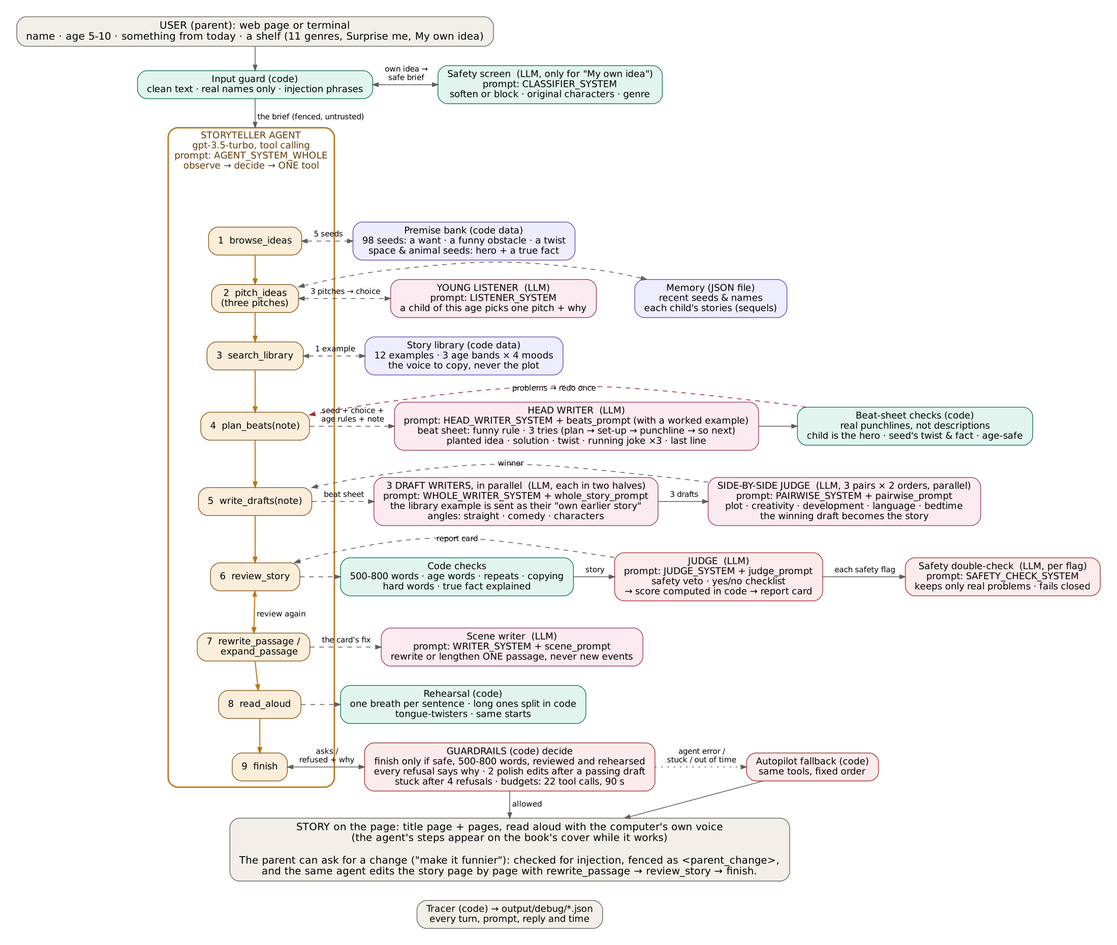
This is docs/architecture.png from raagapravija/bedtime-stories, a Graphviz export, as it was before one commit. Its source is kept beside it as docs/architecture.dot.
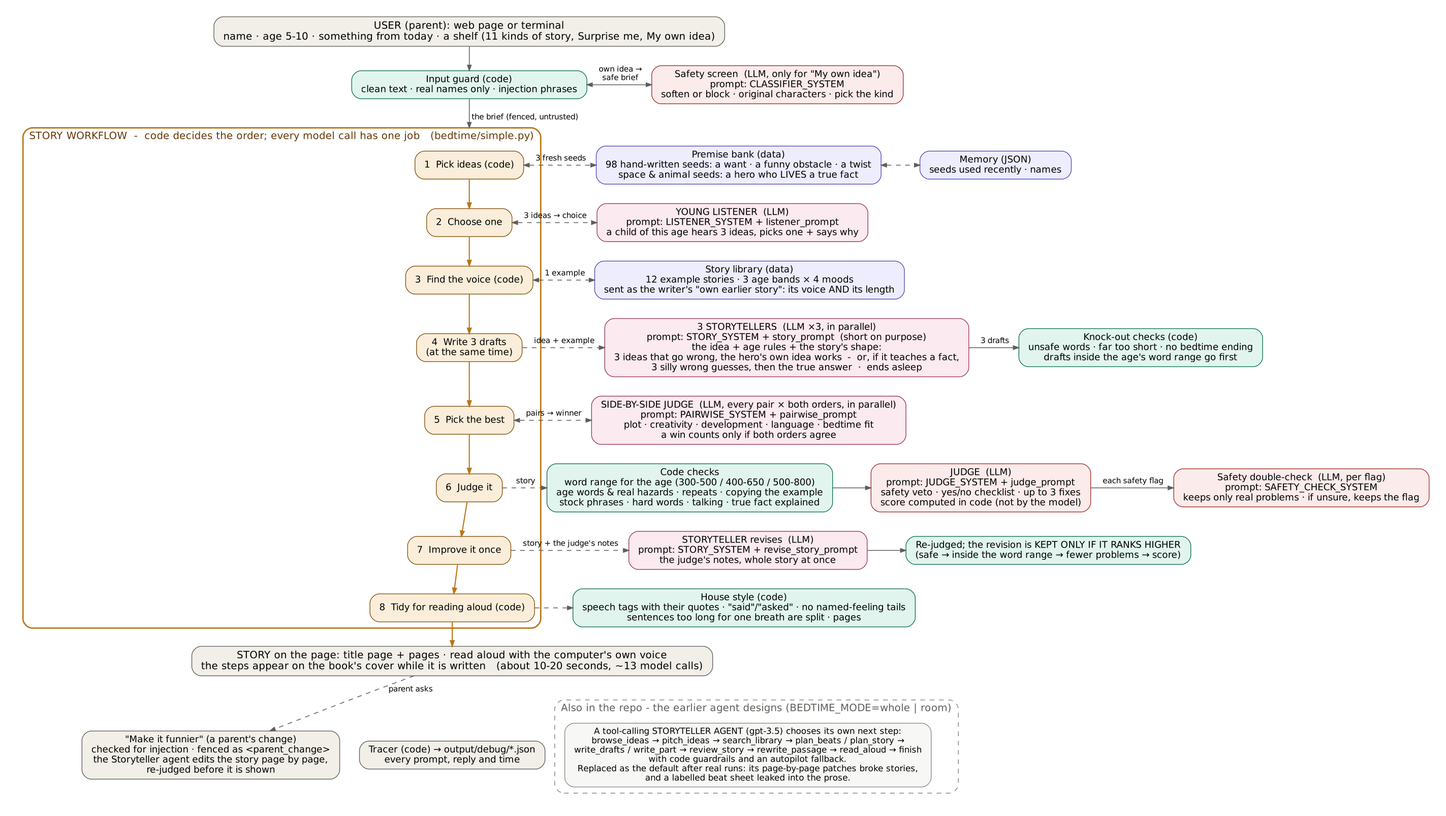
The same diagram one commit later.

The edit, as a diff of the source:
```diff
@@ -1,85 +1,82 @@
 digraph G {
-  graph [rankdir=TB, fontname="Helvetica", fontsize=13, nodesep=0.35, ranksep=0.32, pad=0.3, bgcolor="white",
-         compound=true, newrank=true, splines=spline];
+  graph [rankdir=TB, fontname="Helvetica", fontsize=13, nodesep=0.35, ranksep=0.34, pad=0.3, bgcolor="white",
+         compound=true, newrank=true];
   node  [shape=box, style="rounded,filled", fontname="Helvetica", fontsize=12, penwidth=0.9, margin="0.16,0.07"];
   edge  [fontname="Helvetica", fontsize=10, color="#5F5E5A", arrowsize=0.7];
 
-  user [label="USER (parent): web page or terminal\nname · age 5-10 · something from today · a shelf (11 genres, Surprise me, My own idea)",
+  user [label="USER (parent): web page or terminal\nname · age 5-10 · something from today · a shelf (11 kinds of story, Surprise me, My own idea)",
         fillcolor="#F1EFE8", color="#5F5E5A", fontsize=13];
   guard  [label="Input guard (code)\nclean text · real names only · injection phrases", fillcolor="#E1F5EE", color="#0F6E56"];
-  screen [label="Safety screen  (LLM, only for \"My own idea\")\nprompt: CLASSIFIER_SYSTEM\nsoften or block · original characters · genre", fillcolor="#E1F5EE", color="#0F6E56"];
+  screen [label="Safety screen  (LLM, only for \"My own idea\")\nprompt: CLASSIFIER_SYSTEM\nsoften or block · original characters · pick the kind", fillcolor="#FCEBEB", color="#A32D2D"];
 
-  subgraph cluster_agent {
-    label="STORYTELLER AGENT\ngpt-3.5-turbo, tool calling\nprompt: AGENT_SYSTEM_WHOLE\nobserve → decide → ONE tool";
-    fontcolor="#633806"; style="rounded"; color="#BA7517"; penwidth=1.8; fontsize=12;
-    t1 [label="1  browse_ideas", fillcolor="#FAEEDA", color="#854F0B"];
-    t2 [label="2  pitch_ideas\n(three pitches)", fillcolor="#FAEEDA", color="#854F0B"];
-    t3 [label="3  search_library", fillcolor="#FAEEDA", color="#854F0B"];
-    t4 [label="4  plan_beats(note)", fillcolor="#FAEEDA", color="#854F0B"];
-    t5 [label="5  write_drafts(note)", fillcolor="#FAEEDA", color="#854F0B"];
-    t6 [label="6  review_story", fillcolor="#FAEEDA", color="#854F0B"];
-    t7 [label="7  rewrite_passage /\n    expand_passage", fillcolor="#FAEEDA", color="#854F0B"];
-    t8 [label="8  read_aloud", fillcolor="#FAEEDA", color="#854F0B"];
-    t9 [label="9  finish", fillcolor="#FAEEDA", color="#854F0B"];
-    t1 -> t2 -> t3 -> t4 -> t5 -> t6 -> t7 -> t8 -> t9 [color="#BA7517", penwidth=1.3];
-    t7 -> t6 [color="#BA7517", style=dashed, label=" review again", constraint=false];
+  subgraph cluster_flow {
+    label="STORY WORKFLOW  -  code decides the order; every model call has one job   (bedtime/simple.py)";
+    fontcolor="#633806"; style="rounded"; color="#BA7517"; penwidth=1.8;
+    s1 [label="1  Pick ideas (code)", fillcolor="#FAEEDA", color="#854F0B"];
+    s2 [label="2  Choose one", fillcolor="#FAEEDA", color="#854F0B"];
+    s3 [label="3  Find the voice (code)", fillcolor="#FAEEDA", color="#854F0B"];
+    s4 [label="4  Write 3 drafts\n(at the same time)", fillcolor="#FAEEDA", color="#854F0B"];
+    s5 [label="5  Pick the best", fillcolor="#FAEEDA", color="#854F0B"];
+    s6 [label="6  Judge it", fillcolor="#FAEEDA", color="#854F0B"];
+    s7 [label="7  Improve it once", fillcolor="#FAEEDA", color="#854F0B"];
+    s8 [label="8  Tidy for reading aloud (code)", fillcolor="#FAEEDA", color="#854F0B"];
+    s1 -> s2 -> s3 -> s4 -> s5 -> s6 -> s7 -> s8 [color="#BA7517", penwidth=1.4];
   }
 
-  ideas    [label="Premise bank (code data)\n98 seeds: a want · a funny obstacle · a twist\nspace & animal seeds: hero + a true fact", fillcolor="#EEEDFE", color="#534AB7"];
-  listener [label="YOUNG LISTENER  (LLM)\nprompt: LISTENER_SYSTEM\na child of this age picks one pitch + why", fillcolor="#FBEAF0", color="#993556"];
-  memory   [label="Memory (JSON file)\nrecent seeds & names\neach child's stories (sequels)", fillcolor="#EEEDFE", color="#534AB7"];
-  library  [label="Story library (code data)\n12 examples · 3 age bands × 4 moods\nthe voice to copy, never the plot", fillcolor="#EEEDFE", color="#534AB7"];
-  head [label="HEAD WRITER  (LLM)\nprompt: HEAD_WRITER_SYSTEM + beats_prompt (with a worked example)\nbeat sheet: funny rule · 3 tries (plan → set-up → punchline → so next)\nplanted idea · solution · twist · running joke ×3 · last line", fillcolor="#FBEAF0", color="#993556"];
-  beatcheck [label="Beat-sheet checks (code)\nreal punchlines, not descriptions\nchild is the hero · seed's twist & fact · age-safe", fillcolor="#E1F5EE", color="#0F6E56"];
-  drafts [label="3 DRAFT WRITERS, in parallel  (LLM, each in two halves)\nprompt: WHOLE_WRITER_SYSTEM + whole_story_prompt\nthe library example is sent as their \"own earlier story\"\nangles: straight · comedy · characters", fillcolor="#FBEAF0", color="#993556"];
-  pick [label="SIDE-BY-SIDE JUDGE  (LLM, 3 pairs × 2 orders, parallel)\nprompt: PAIRWISE_SYSTEM + pairwise_prompt\nplot · creativity · development · language · bedtime\nthe winning draft becomes the story", fillcolor="#FBEAF0", color="#993556"];
-  checks [label="Code checks\n500-800 words · age words · repeats · copying\nhard words · true fact explained", fillcolor="#E1F5EE", color="#0F6E56"];
-  judge  [label="JUDGE  (LLM)\nprompt: JUDGE_SYSTEM + judge_prompt\nsafety veto · yes/no checklist\n→ score computed in code → report card", fillcolor="#FCEBEB", color="#A32D2D"];
-  double [label="Safety double-check  (LLM, per flag)\nprompt: SAFETY_CHECK_SYSTEM\nkeeps only real problems · fails closed", fillcolor="#FCEBEB", color="#A32D2D"];
-  scene  [label="Scene writer  (LLM)\nprompt: WRITER_SYSTEM + scene_prompt\nrewrite or lengthen ONE passage, never new events", fillcolor="#FBEAF0", color="#993556"];
-  rehearse [label="Rehearsal (code)\none breath per sentence · long ones split in code\ntongue-twisters · same starts", fillcolor="#E1F5EE", color="#0F6E56"];
-  rails [label="GUARDRAILS (code) decide\nfinish only if safe, 500-800 words, reviewed and rehearsed\nevery refusal says why · 2 polish edits after a passing draft\nstuck after 4 refusals · budgets: 22 tool calls, 90 s", fillcolor="#FCEBEB", color="#A32D2D"];
-  auto  [label="Autopilot fallback (code)\nsame tools, fixed order", fillcolor="#FCEBEB", color="#A32D2D"];
-  out [label="STORY on the page: title page + pages, read aloud with the computer's own voice\n(the agent's steps appear on the book's cover while it works)\n\nThe parent can ask for a change (\"make it funnier\"): checked for injection, fenced as <parent_change>,\nand the same agent edits the story page by page with rewrite_passage → review_story → finish.", fillcolor="#F1EFE8", color="#5F5E5A", fontsize=13];
-  trace [label="Tracer (code) → output/debug/*.json\nevery turn, prompt, reply and time", fillcolor="#F1EFE8", color="#5F5E5A"];
+  ideas    [label="Premise bank (data)\n98 hand-written seeds: a want · a funny obstacle · a twist\nspace & animal seeds: a hero who LIVES a true fact", fillcolor="#EEEDFE", color="#534AB7"];
+  memory   [label="Memory (JSON)\nseeds used recently · names", fillcolor="#EEEDFE", color="#534AB7"];
+  listener [label="YOUNG LISTENER  (LLM)\nprompt: LISTENER_SYSTEM + listener_prompt\na child of this age hears 3 ideas, picks one + says why", fillcolor="#FBEAF0", color="#993556"];
+  library  [label="Story library (data)\n12 example stories · 3 age bands × 4 moods\nsent as the writer's \"own earlier story\": its voice AND its length", fillcolor="#EEEDFE", color="#534AB7"];
+  writers  [label="3 STORYTELLERS  (LLM ×3, in parallel)\nprompt: STORY_SYSTEM + story_prompt  (short on purpose)\nthe idea + age rules + the story's shape:\n3 ideas that go wrong, the hero's own idea works  -  or, if it teaches a fact,\n3 silly wrong guesses, then the true answer  ·  ends asleep", fillcolor="#FBEAF0", color="#993556"];
+  knock    [label="Knock-out checks (code)\nunsafe words · far too short · no bedtime ending\ndrafts inside the age's word range go first", fillcolor="#E1F5EE", color="#0F6E56"];
+  pairwise [label="SIDE-BY-SIDE JUDGE  (LLM, every pair × both orders, in parallel)\nprompt: PAIRWISE_SYSTEM + pairwise_prompt\nplot · creativity · development · language · bedtime fit\na win counts only if both orders agree", fillcolor="#FBEAF0", color="#993556"];
+  checks   [label="Code checks\nword range for the age (300-500 / 400-650 / 500-800)\nage words & real hazards · repeats · copying the example\nstock phrases · hard words · talking · true fact explained", fillcolor="#E1F5EE", color="#0F6E56"];
+  judge    [label="JUDGE  (LLM)\nprompt: JUDGE_SYSTEM + judge_prompt\nsafety veto · yes/no checklist · up to 3 fixes\nscore computed in code (not by the model)", fillcolor="#FCEBEB", color="#A32D2D"];
+  double   [label="Safety double-check  (LLM, per flag)\nprompt: SAFETY_CHECK_SYSTEM\nkeeps only real problems · if unsure, keeps the flag", fillcolor="#FCEBEB", color="#A32D2D"];
+  reviser  [label="STORYTELLER revises  (LLM)\nprompt: STORY_SYSTEM + revise_story_prompt\nthe judge's notes, whole story at once", fillcolor="#FBEAF0", color="#993556"];
+  keep     [label="Re-judged; the revision is KEPT ONLY IF IT RANKS HIGHER\n(safe → inside the word range → fewer problems → score)", fillcolor="#E1F5EE", color="#0F6E56"];
+  tidy     [label="House style (code)\nspeech tags with their quotes · \"said\"/\"asked\" · no named-feeling tails\nsentences too long for one breath are split · pages", fillcolor="#E1F5EE", color="#0F6E56"];
+
+  out [label="STORY on the page: title page + pages · read aloud with the computer's own voice\nthe steps appear on the book's cover while it is written   (about 10-20 seconds, ~13 model calls)",
+       fillcolor="#F1EFE8", color="#5F5E5A", fontsize=13];
+  change [label="\"Make it funnier\" (a parent's change)\nchecked for injection · fenced as <parent_change>\nthe Storyteller agent edits the story page by page,\nre-judged before it is shown", fillcolor="#F1EFE8", color="#5F5E5A"];
+  trace [label="Tracer (code) → output/debug/*.json\nevery prompt, reply and time", fillcolor="#F1EFE8", color="#5F5E5A"];
+
+  subgraph cluster_alt {
+    label="Also in the repo - the earlier agent designs (BEDTIME_MODE=whole | room)"; fontcolor="#5F5E5A";
+    style="rounded,dashed"; color="#8A8A85";
+    alt [label="A tool-calling STORYTELLER AGENT (gpt-3.5) chooses its own next step:\nbrowse_ideas → pitch_ideas → search_library → plan_beats / plan_story →\nwrite_drafts / write_part → review_story → rewrite_passage → read_aloud → finish\nwith code guardrails and an autopilot fallback.\nReplaced as the default after real runs: its page-by-page patches broke stories,\nand a labelled beat sheet leaked into the prose.", fillcolor="#F7F7F5", color="#8A8A85", fontsize=11];
+  }
 
   { rank=same; guard; screen; }
-  { rank=same; t1; ideas; }
-  { rank=same; t2; listener; memory; }
-  { rank=same; t3; library; }
-  { rank=same; t4; head; beatcheck; }
-  { rank=same; t5; drafts; pick; }
-  { rank=same; t6; checks; judge; double; }
-  { rank=same; t7; scene; }
-  { rank=same; t8; rehearse; }
-  { rank=same; t9; rails; auto; }
+  { rank=same; s1; ideas; memory; }
+  { rank=same; s2; listener; }
+  { rank=same; s3; library; }
+  { rank=same; s4; writers; knock; }
+  { rank=same; s5; pairwise; }
+  { rank=same; s6; checks; judge; double; }
+  { rank=same; s7; reviser; keep; }
+  { rank=same; s8; tidy; }
 
   user -> guard;
   guard -> screen [dir=both, label=" own idea →\n safe brief"];
-  guard -> t1 [label=" the brief (fenced, untrusted)", lhead=cluster_agent];
+  guard -> s1 [label=" the brief (fenced, untrusted)", lhead=cluster_flow];
 
-  t1 -> ideas [dir=both, style=dashed, label=" 5 seeds"];
-  t2 -> listener [dir=both, style=dashed, label=" 3 pitches → choice"];
-  listener -> memory [style=invis];
-  t2 -> memory [dir=both, style=dashed, constraint=false];
-  t3 -> library [dir=both, style=dashed, label=" 1 example"];
-  t4 -> head [style=dashed, label=" seed + choice +\n age rules + note"];
-  head -> beatcheck;
-  beatcheck -> t4 [style=dashed, color="#A32D2D", label=" problems → redo once", constraint=false];
-  t5 -> drafts [style=dashed, label=" beat sheet"];
-  drafts -> pick [label=" 3 drafts"];
-  pick -> t5 [style=dashed, label=" winner", constraint=false];
-  t6 -> checks [style=dashed];
-  checks -> judge [label=" story"];
+  s1 -> ideas [dir=both, style=dashed, label=" 3 fresh seeds"];
+  ideas -> memory [dir=both, style=dashed];
+  s2 -> listener [dir=both, style=dashed, label=" 3 ideas → choice"];
+  s3 -> library [dir=both, style=dashed, label=" 1 example"];
+  s4 -> writers [style=dashed, label=" idea + example"];
+  writers -> knock [label=" 3 drafts"];
+  s5 -> pairwise [dir=both, style=dashed, label=" pairs → winner"];
+  s6 -> checks [style=dashed, label=" story"];
+  checks -> judge;
   judge -> double [label=" each safety flag"];
-  judge -> t6 [style=dashed, label=" report card", constraint=false];
-  t7 -> scene [style=dashed, label=" the card's fix"];
-  t8 -> rehearse [style=dashed];
-  t9 -> rails [dir=both, label=" asks /\n refused + why"];
-  rails -> auto [style=dotted, label=" agent error /\n stuck / out of time"];
-  rails -> out [label=" allowed"];
-  auto -> out;
-  t9 -> out [style=invis];
+  s7 -> reviser [style=dashed, label=" story + the judge's notes"];
+  reviser -> keep;
+  s8 -> tidy [style=dashed];
+  s8 -> out [color="#BA7517", penwidth=1.4];
+  out -> change [style=dashed, label=" parent asks"];
+  out -> alt [style=invis];
   out -> trace [style=invis];
-
 }
```
